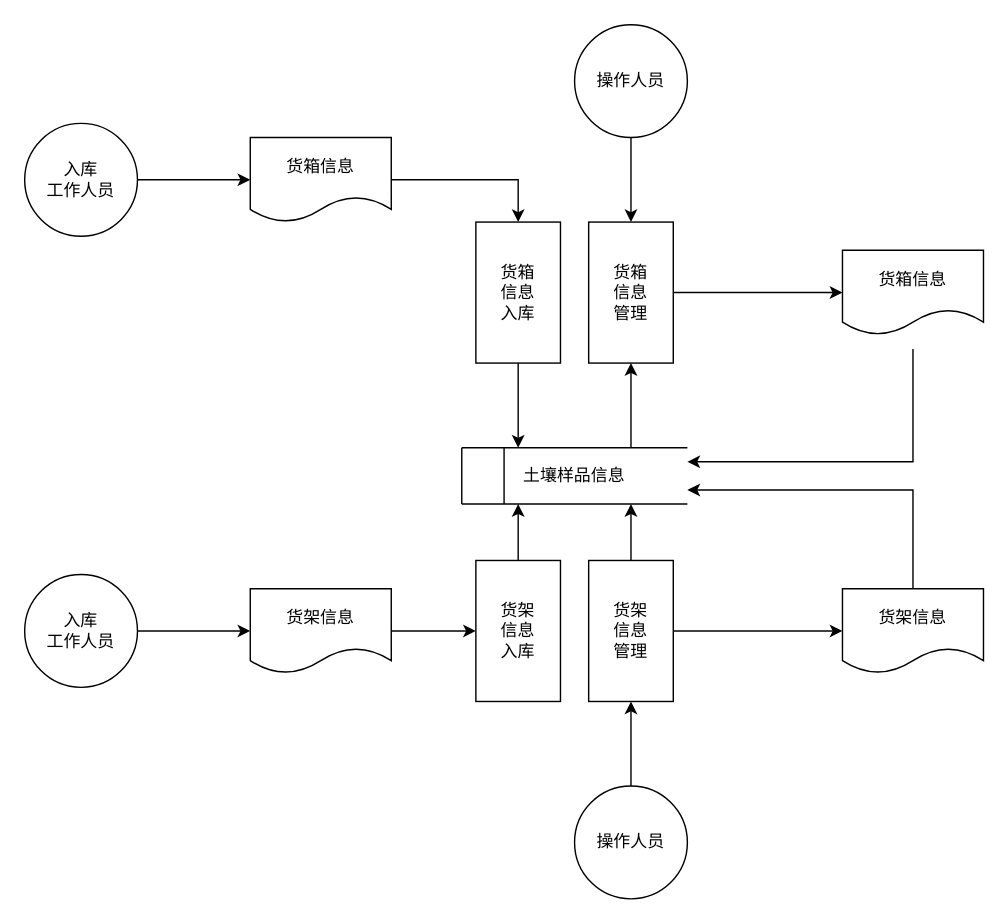
The draw.io diagram page "操作NEW" (15 of 16) of DT-1-0326.drawio in TeasusZt/DT-NEW, before the edit. Source tidied: cells renumbered, new cells numbered last; positions are measured from the earlier drawing's top-left corner, leaving out a move shared by most shapes. Both pictures are drawn from the tidied source at 141%, with x=0, y=0 at pixel (24, 24).
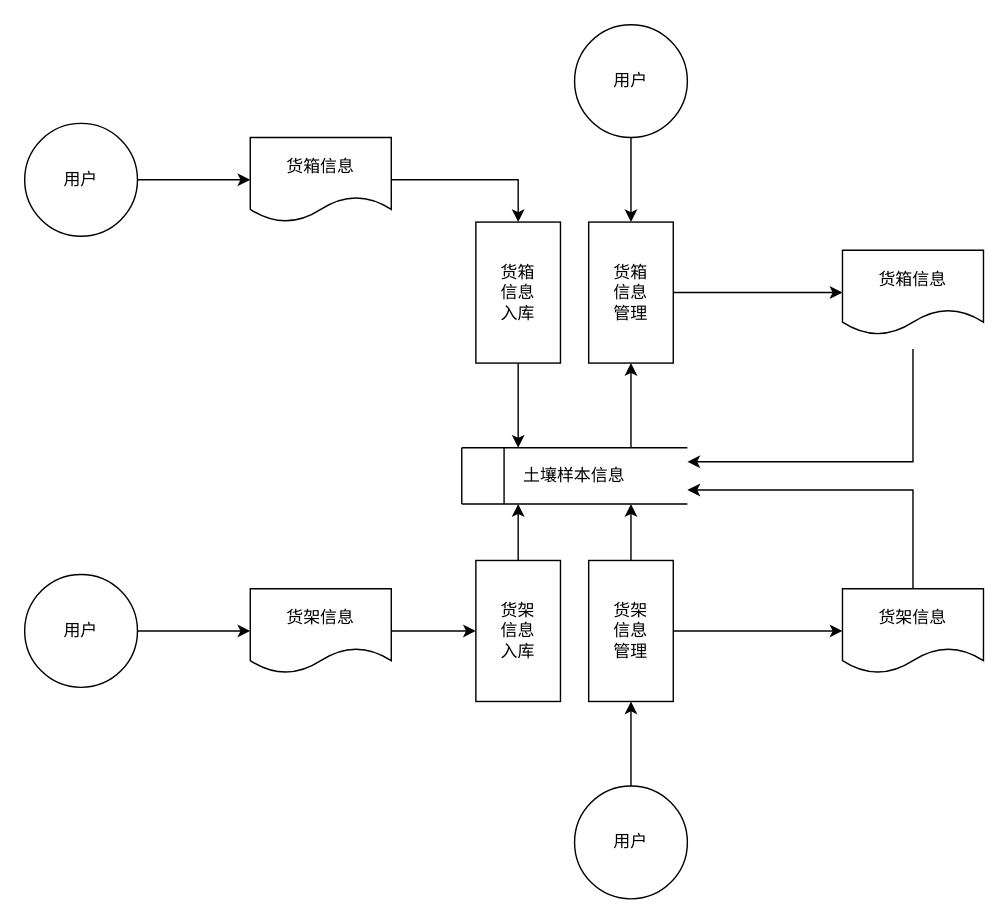
The same page after the edit.

Diff of the diagram source:
```diff
@@
-    <mxCell id="3" value="入库&lt;br&gt;工作人员" style="ellipse;whiteSpace=wrap;html=1;strokeColor=#000000;strokeWidth=1;fillColor=none;align=center;" parent="1" vertex="1">
+    <mxCell id="3" value="用户" style="ellipse;whiteSpace=wrap;html=1;strokeColor=#000000;strokeWidth=1;fillColor=none;align=center;" parent="1" vertex="1">
       <mxGeometry y="70" width="80" height="80" as="geometry" />
     </mxCell>
@@
-    <mxCell id="5" value="入库&lt;br&gt;工作人员" style="ellipse;whiteSpace=wrap;html=1;strokeColor=#000000;strokeWidth=1;fillColor=none;align=center;" parent="1" vertex="1">
+    <mxCell id="5" value="用户" style="ellipse;whiteSpace=wrap;html=1;strokeColor=#000000;strokeWidth=1;fillColor=none;align=center;" parent="1" vertex="1">
       <mxGeometry y="390" width="80" height="80" as="geometry" />
     </mxCell>
@@
-    <mxCell id="19" value="土壤样品信息" style="text;html=1;strokeColor=none;fillColor=none;align=center;verticalAlign=middle;whiteSpace=wrap;rounded=0;comic=0;" parent="1" vertex="1">
+    <mxCell id="19" value="土壤样本信息" style="text;html=1;strokeColor=none;fillColor=none;align=center;verticalAlign=middle;whiteSpace=wrap;rounded=0;comic=0;" parent="1" vertex="1">
       <mxGeometry x="310" y="300" width="160" height="40" as="geometry" />
     </mxCell>
@@
-    <mxCell id="30" value="操作人员" style="ellipse;whiteSpace=wrap;html=1;strokeColor=#000000;strokeWidth=1;fillColor=none;align=center;" parent="1" vertex="1">
+    <mxCell id="30" value="用户" style="ellipse;whiteSpace=wrap;html=1;strokeColor=#000000;strokeWidth=1;fillColor=none;align=center;" parent="1" vertex="1">
       <mxGeometry x="390" width="80" height="80" as="geometry" />
     </mxCell>
@@
-    <mxCell id="32" value="操作人员" style="ellipse;whiteSpace=wrap;html=1;strokeColor=#000000;strokeWidth=1;fillColor=none;align=center;" parent="1" vertex="1">
+    <mxCell id="32" value="用户" style="ellipse;whiteSpace=wrap;html=1;strokeColor=#000000;strokeWidth=1;fillColor=none;align=center;" parent="1" vertex="1">
       <mxGeometry x="390" y="540" width="80" height="80" as="geometry" />
     </mxCell>
```
